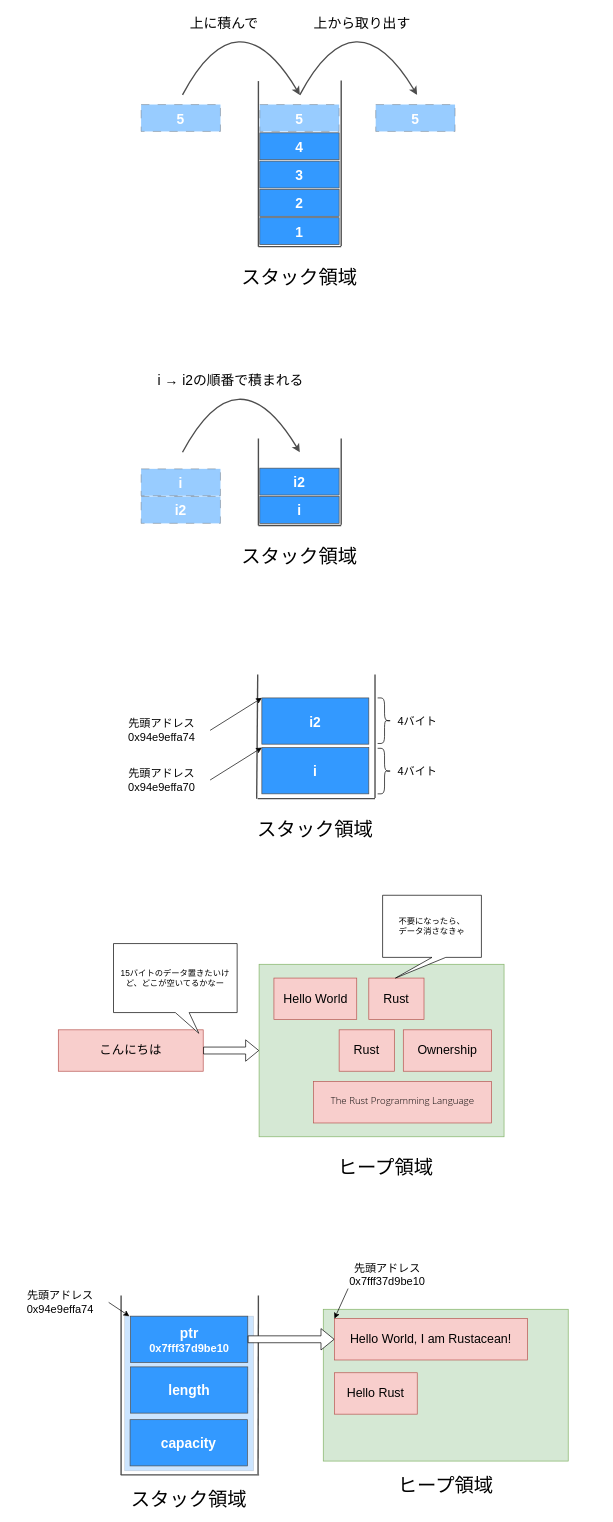
This is content/draft/Others/OwnerShip/images/image.drawio from kento-yoshidu/GatsbyBlog, a draw.io file, before an edit. Source tidied: cells renumbered, new cells numbered last; positions are measured from the earlier drawing's top-left corner, leaving out a move shared by most shapes. Both pictures are drawn from the tidied source at 69%, with x=0, y=0 at pixel (12, -9).
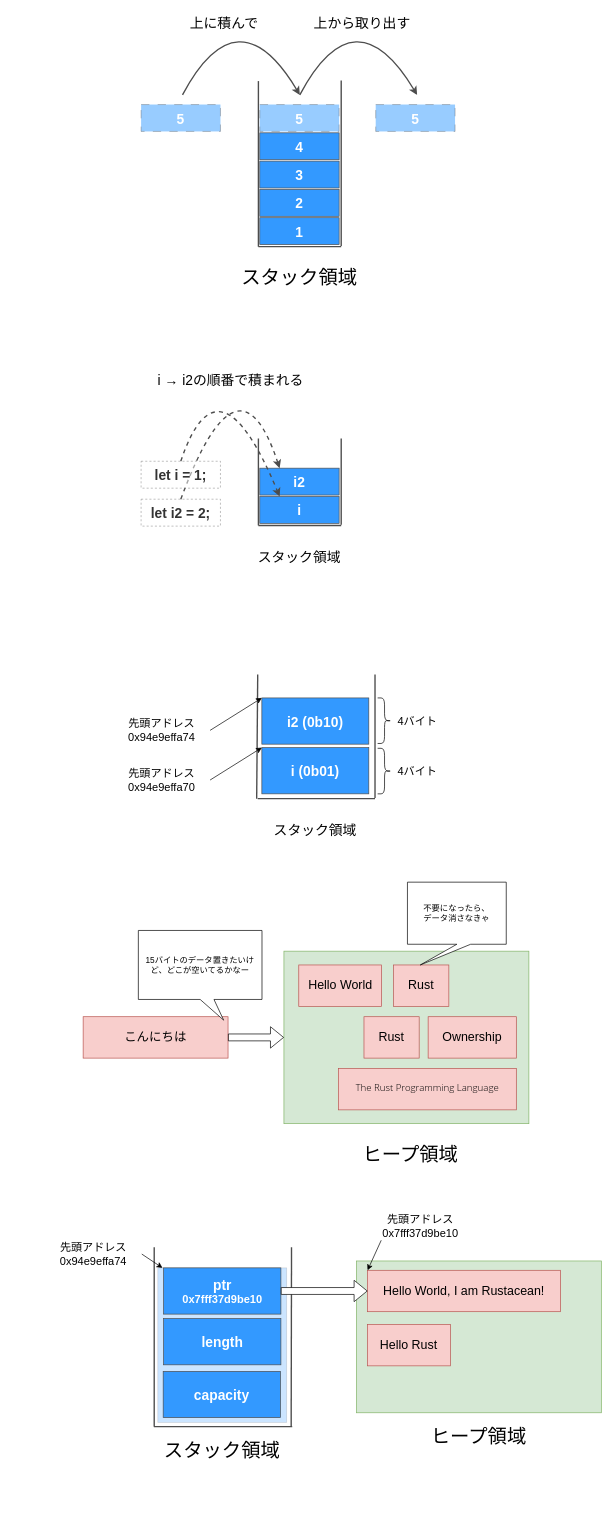
Above is the later version.

The change refers to these unchanged cells:
```xml
<mxCell id="21" value="&lt;font color=&quot;#ffffff&quot;&gt;&lt;span style=&quot;font-size: 20px;&quot;&gt;&lt;b&gt;i&lt;/b&gt;&lt;/span&gt;&lt;/font&gt;" style="rounded=0;whiteSpace=wrap;html=1;strokeColor=#4D4D4D;fillColor=#3399FF;" parent="1" vertex="1">
  <mxGeometry x="359" y="732" width="115" height="39" as="geometry" />
</mxCell>
<mxCell id="22" value="&lt;font size=&quot;1&quot; color=&quot;#ffffff&quot;&gt;&lt;b style=&quot;font-size: 20px;&quot;&gt;i2&lt;/b&gt;&lt;/font&gt;" style="rounded=0;whiteSpace=wrap;html=1;strokeColor=#4D4D4D;fillColor=#3399FF;" parent="1" vertex="1">
  <mxGeometry x="359" y="691" width="115" height="39" as="geometry" />
</mxCell>
```

The edit, as a diff of the source:
```diff
@@
-    <mxCell id="2" value="&lt;font size=&quot;1&quot; color=&quot;#ffffff&quot;&gt;&lt;b style=&quot;font-size: 20px;&quot;&gt;&lt;br&gt;&lt;/b&gt;&lt;/font&gt;" style="rounded=0;whiteSpace=wrap;html=1;strokeColor=#4D4D4D;fillColor=#007FFF;opacity=20;" parent="1" vertex="1">
-      <mxGeometry x="163.2" y="1920" width="186.8" height="224" as="geometry" />
-    </mxCell>
@@
-    <mxCell id="23" value="スタック領域" style="text;html=1;strokeColor=none;fillColor=none;align=center;verticalAlign=middle;whiteSpace=wrap;rounded=0;fontSize=28;" parent="1" vertex="1">
+    <mxCell id="23" value="スタック領域" style="text;html=1;strokeColor=none;fillColor=none;align=center;verticalAlign=middle;whiteSpace=wrap;rounded=0;fontSize=20;" parent="1" vertex="1">
       <mxGeometry x="326.2" y="804" width="180.5" height="30" as="geometry" />
     </mxCell>
-    <mxCell id="24" style="curved=1;endArrow=classic;html=1;rounded=0;strokeColor=#4D4D4D;strokeWidth=2;fontSize=20;fontColor=#FFFFFF;" parent="1" edge="1">
+    <mxCell id="24" style="curved=1;endArrow=classic;html=1;rounded=0;strokeColor=#4D4D4D;strokeWidth=2;fontSize=20;fontColor=#FFFFFF;entryX=0.25;entryY=0;entryDx=0;entryDy=0;exitX=0.5;exitY=0;exitDx=0;exitDy=0;dashed=1;" parent="1" edge="1" source="25" target="21">
       <mxGeometry relative="1" as="geometry">
-        <mxPoint x="247" y="668" as="sourcePoint" />
-        <mxPoint x="417" y="668" as="targetPoint" />
         <Array as="points">
-          <mxPoint x="327" y="518" />
+          <mxPoint x="299" y="518" />
         </Array>
       </mxGeometry>
     </mxCell>
-    <mxCell id="25" value="&lt;font size=&quot;1&quot; color=&quot;#ffffff&quot;&gt;&lt;b style=&quot;font-size: 20px;&quot;&gt;i&lt;/b&gt;&lt;/font&gt;" style="rounded=0;whiteSpace=wrap;html=1;strokeColor=#4D4D4D;fillColor=#3399FF;dashed=1;dashPattern=12 12;opacity=50;" parent="1" vertex="1">
-      <mxGeometry x="187" y="692" width="115" height="39" as="geometry" />
-    </mxCell>
-    <mxCell id="26" value="&lt;font size=&quot;1&quot; color=&quot;#ffffff&quot;&gt;&lt;b style=&quot;font-size: 20px;&quot;&gt;i2&lt;/b&gt;&lt;/font&gt;" style="rounded=0;whiteSpace=wrap;html=1;strokeColor=#4D4D4D;fillColor=#3399FF;dashed=1;dashPattern=12 12;opacity=50;" parent="1" vertex="1">
-      <mxGeometry x="187" y="732" width="115" height="39" as="geometry" />
-    </mxCell>
@@
-    <mxCell id="31" value="&lt;font size=&quot;1&quot; color=&quot;#ffffff&quot;&gt;&lt;b style=&quot;font-size: 20px;&quot;&gt;i&lt;/b&gt;&lt;/font&gt;" style="rounded=0;whiteSpace=wrap;html=1;strokeColor=#4D4D4D;fillColor=#3399FF;" parent="1" vertex="1">
+    <mxCell id="31" value="&lt;font size=&quot;1&quot; color=&quot;#ffffff&quot;&gt;&lt;b style=&quot;font-size: 20px;&quot;&gt;i (0b01)&lt;/b&gt;&lt;/font&gt;" style="rounded=0;whiteSpace=wrap;html=1;strokeColor=#4D4D4D;fillColor=#3399FF;" parent="1" vertex="1">
       <mxGeometry x="362" y="1096" width="155" height="67" as="geometry" />
     </mxCell>
-    <mxCell id="32" value="スタック領域" style="text;html=1;strokeColor=none;fillColor=none;align=center;verticalAlign=middle;whiteSpace=wrap;rounded=0;fontSize=28;" parent="1" vertex="1">
+    <mxCell id="32" value="スタック領域" style="text;html=1;strokeColor=none;fillColor=none;align=center;verticalAlign=middle;whiteSpace=wrap;rounded=0;fontSize=20;" parent="1" vertex="1">
       <mxGeometry x="349.2" y="1200" width="180.5" height="30" as="geometry" />
     </mxCell>
-    <mxCell id="33" value="&lt;font size=&quot;1&quot; color=&quot;#ffffff&quot;&gt;&lt;b style=&quot;font-size: 20px;&quot;&gt;i2&lt;/b&gt;&lt;/font&gt;" style="rounded=0;whiteSpace=wrap;html=1;strokeColor=#4D4D4D;fillColor=#3399FF;" parent="1" vertex="1">
+    <mxCell id="33" value="&lt;font size=&quot;1&quot; color=&quot;#ffffff&quot;&gt;&lt;b style=&quot;font-size: 20px;&quot;&gt;i2 (0b10)&lt;/b&gt;&lt;/font&gt;" style="rounded=0;whiteSpace=wrap;html=1;strokeColor=#4D4D4D;fillColor=#3399FF;" parent="1" vertex="1">
       <mxGeometry x="362" y="1024" width="155" height="67" as="geometry" />
     </mxCell>
@@
-    <mxCell id="42" style="rounded=0;whiteSpace=wrap;html=1;fillColor=#d5e8d4;strokeColor=#82b366;" parent="1" vertex="1">
-      <mxGeometry x="358" y="1410" width="355" height="250" as="geometry" />
-    </mxCell>
+    <mxCell id="69" value="&lt;font color=&quot;#333333&quot; size=&quot;1&quot;&gt;&lt;b style=&quot;font-size: 20px;&quot;&gt;let i2 = 2;&lt;/b&gt;&lt;/font&gt;" style="rounded=0;whiteSpace=wrap;html=1;strokeColor=#4D4D4D;fillColor=none;dashed=1;opacity=50;" parent="1" vertex="1">
+      <mxGeometry x="187" y="736" width="115" height="39" as="geometry" />
+    </mxCell>
+    <mxCell id="70" style="curved=1;endArrow=classic;html=1;rounded=0;strokeColor=#4D4D4D;strokeWidth=2;fontSize=20;fontColor=#FFFFFF;entryX=0.25;entryY=0;entryDx=0;entryDy=0;exitX=0.5;exitY=0;exitDx=0;exitDy=0;dashed=1;" parent="1" edge="1" source="69" target="22">
+      <mxGeometry relative="1" as="geometry">
+        <Array as="points">
+          <mxPoint x="328" y="510" />
+        </Array>
+      </mxGeometry>
+    </mxCell>
+    <mxCell id="25" value="&lt;font color=&quot;#333333&quot; size=&quot;1&quot;&gt;&lt;b style=&quot;font-size: 20px;&quot;&gt;let i = 1;&lt;/b&gt;&lt;/font&gt;" style="rounded=0;whiteSpace=wrap;html=1;strokeColor=#4D4D4D;fillColor=#FFFFFF;dashed=1;opacity=50;" parent="1" vertex="1">
+      <mxGeometry x="187" y="681" width="115" height="39" as="geometry" />
+    </mxCell>
+    <mxCell id="71" style="rounded=0;whiteSpace=wrap;html=1;fillColor=#d5e8d4;strokeColor=#82b366;" parent="1" vertex="1">
+      <mxGeometry x="394" y="1391" width="355" height="250" as="geometry" />
+    </mxCell>
     <mxCell id="43" value="&lt;font style=&quot;font-size: 18px;&quot;&gt;Hello World&lt;/font&gt;" style="rounded=0;whiteSpace=wrap;html=1;fillColor=#f8cecc;strokeColor=#b85450;" parent="1" vertex="1">
-      <mxGeometry x="379.5" y="1430" width="120" height="60" as="geometry" />
+      <mxGeometry x="415.5" y="1411" width="120" height="60" as="geometry" />
     </mxCell>
-    <mxCell id="44" value="&lt;font style=&quot;font-size: 18px;&quot;&gt;Rust&lt;/font&gt;" style="rounded=0;whiteSpace=wrap;html=1;fillColor=#f8cecc;strokeColor=#b85450;" parent="1" vertex="1">
-      <mxGeometry x="517" y="1430" width="80" height="60" as="geometry" />
-    </mxCell>
+    <mxCell id="72" value="&lt;font style=&quot;font-size: 18px;&quot;&gt;Rust&lt;/font&gt;" style="rounded=0;whiteSpace=wrap;html=1;fillColor=#f8cecc;strokeColor=#b85450;" parent="1" vertex="1">
+      <mxGeometry x="553" y="1411" width="80" height="60" as="geometry" />
+    </mxCell>
     <mxCell id="45" value="&lt;h1 style=&quot;display: inline-block; font-weight: 200; line-height: var(--menu-bar-height); margin: 0px; flex: 1 1 0%; overflow: hidden; text-overflow: ellipsis; cursor: pointer; font-family: &amp;quot;Open Sans&amp;quot;, sans-serif; font-size: 14px;&quot; class=&quot;menu-title&quot;&gt;&lt;font style=&quot;font-size: 14px;&quot;&gt;The Rust Programming Language&lt;/font&gt;&lt;/h1&gt;" style="rounded=0;whiteSpace=wrap;html=1;fillColor=#f8cecc;strokeColor=#b85450;fontSize=14;fontColor=#000000;" parent="1" vertex="1">
-      <mxGeometry x="437" y="1580" width="257.8" height="60" as="geometry" />
+      <mxGeometry x="473" y="1561" width="257.8" height="60" as="geometry" />
     </mxCell>
     <mxCell id="46" value="&lt;span style=&quot;font-size: 18px;&quot;&gt;Ownership&lt;/span&gt;" style="rounded=0;whiteSpace=wrap;html=1;fillColor=#f8cecc;strokeColor=#b85450;" parent="1" vertex="1">
-      <mxGeometry x="567" y="1505" width="127.8" height="60" as="geometry" />
+      <mxGeometry x="603" y="1486" width="127.8" height="60" as="geometry" />
     </mxCell>
-    <mxCell id="47" value="&lt;font style=&quot;font-size: 18px;&quot;&gt;Rust&lt;/font&gt;" style="rounded=0;whiteSpace=wrap;html=1;fillColor=#f8cecc;strokeColor=#b85450;" parent="1" vertex="1">
-      <mxGeometry x="474" y="1505" width="80" height="60" as="geometry" />
-    </mxCell>
+    <mxCell id="73" value="&lt;font style=&quot;font-size: 18px;&quot;&gt;Rust&lt;/font&gt;" style="rounded=0;whiteSpace=wrap;html=1;fillColor=#f8cecc;strokeColor=#b85450;" parent="1" vertex="1">
+      <mxGeometry x="510" y="1486" width="80" height="60" as="geometry" />
+    </mxCell>
     <mxCell id="48" value="&lt;font style=&quot;font-size: 18px;&quot;&gt;こんにちは&lt;/font&gt;" style="rounded=0;whiteSpace=wrap;html=1;fillColor=#f8cecc;strokeColor=#b85450;" parent="1" vertex="1">
-      <mxGeometry x="67" y="1505" width="210" height="60" as="geometry" />
+      <mxGeometry x="103" y="1486" width="210" height="60" as="geometry" />
     </mxCell>
-    <mxCell id="49" style="shape=flexArrow;endArrow=classic;html=1;rounded=0;exitX=1;exitY=0.5;exitDx=0;exitDy=0;" parent="1" edge="1" source="48" target="42">
-      <mxGeometry relative="1" as="geometry" />
-    </mxCell>
+    <mxCell id="74" style="shape=flexArrow;endArrow=classic;html=1;rounded=0;exitX=1;exitY=0.5;exitDx=0;exitDy=0;" parent="1" edge="1" source="48" target="71">
+      <mxGeometry relative="1" as="geometry" />
+    </mxCell>
     <mxCell id="50" value="15バイトのデータ置きたいけど、どこが空いてるかなー" style="shape=callout;whiteSpace=wrap;html=1;perimeter=calloutPerimeter;position2=0.69;" parent="1" vertex="1">
-      <mxGeometry x="147" y="1380" width="179.2" height="130" as="geometry" />
+      <mxGeometry x="183" y="1361" width="179.2" height="130" as="geometry" />
     </mxCell>
     <mxCell id="51" value="不要になったら、&lt;br&gt;データ消さなきゃ" style="shape=callout;whiteSpace=wrap;html=1;perimeter=calloutPerimeter;position2=0.13;" parent="1" vertex="1">
-      <mxGeometry x="537" y="1310" width="143.2" height="120" as="geometry" />
+      <mxGeometry x="573" y="1291" width="143.2" height="120" as="geometry" />
     </mxCell>
-    <mxCell id="52" value="ヒープ領域" style="text;html=1;strokeColor=none;fillColor=none;align=center;verticalAlign=middle;whiteSpace=wrap;rounded=0;fontSize=28;" parent="1" vertex="1">
-      <mxGeometry x="451" y="1690" width="180.5" height="30" as="geometry" />
-    </mxCell>
-    <mxCell id="53" style="endArrow=none;html=1;rounded=0;strokeColor=#4D4D4D;strokeWidth=2;" parent="1" edge="1">
-      <mxGeometry relative="1" as="geometry">
-        <mxPoint x="158" y="1890" as="sourcePoint" />
-        <mxPoint x="158" y="2150" as="targetPoint" />
-      </mxGeometry>
-    </mxCell>
-    <mxCell id="54" style="endArrow=none;html=1;rounded=0;strokeColor=#4D4D4D;strokeWidth=2;" parent="1" edge="1">
-      <mxGeometry relative="1" as="geometry">
-        <mxPoint x="358" y="2150" as="sourcePoint" />
-        <mxPoint x="157.5" y="2150" as="targetPoint" />
-      </mxGeometry>
-    </mxCell>
-    <mxCell id="55" style="endArrow=none;html=1;rounded=0;strokeColor=#4D4D4D;strokeWidth=2;" parent="1" edge="1">
-      <mxGeometry relative="1" as="geometry">
-        <mxPoint x="356.5" y="2149" as="sourcePoint" />
-        <mxPoint x="357" y="1890" as="targetPoint" />
-      </mxGeometry>
-    </mxCell>
+    <mxCell id="75" value="ヒープ領域" style="text;html=1;strokeColor=none;fillColor=none;align=center;verticalAlign=middle;whiteSpace=wrap;rounded=0;fontSize=28;" parent="1" vertex="1">
+      <mxGeometry x="487" y="1671" width="180.5" height="30" as="geometry" />
+    </mxCell>
+    <mxCell id="76" value="&lt;font size=&quot;1&quot; color=&quot;#ffffff&quot;&gt;&lt;b style=&quot;font-size: 20px;&quot;&gt;&lt;br&gt;&lt;/b&gt;&lt;/font&gt;" style="rounded=0;whiteSpace=wrap;html=1;strokeColor=#4D4D4D;fillColor=#007FFF;opacity=20;" parent="1" vertex="1">
+      <mxGeometry x="211.2" y="1850" width="186.8" height="224" as="geometry" />
+    </mxCell>
+    <mxCell id="77" style="endArrow=none;html=1;rounded=0;strokeColor=#4D4D4D;strokeWidth=2;" parent="1" edge="1">
+      <mxGeometry relative="1" as="geometry">
+        <mxPoint x="206" y="1820" as="sourcePoint" />
+        <mxPoint x="206" y="2080" as="targetPoint" />
+      </mxGeometry>
+    </mxCell>
+    <mxCell id="78" style="endArrow=none;html=1;rounded=0;strokeColor=#4D4D4D;strokeWidth=2;" parent="1" edge="1">
+      <mxGeometry relative="1" as="geometry">
+        <mxPoint x="406" y="2080" as="sourcePoint" />
+        <mxPoint x="205.5" y="2080" as="targetPoint" />
+      </mxGeometry>
+    </mxCell>
+    <mxCell id="79" style="endArrow=none;html=1;rounded=0;strokeColor=#4D4D4D;strokeWidth=2;" parent="1" edge="1">
+      <mxGeometry relative="1" as="geometry">
+        <mxPoint x="404.5" y="2079" as="sourcePoint" />
+        <mxPoint x="405" y="1820" as="targetPoint" />
+      </mxGeometry>
+    </mxCell>
     <mxCell id="56" value="&lt;font size=&quot;1&quot; color=&quot;#ffffff&quot;&gt;&lt;b style=&quot;font-size: 20px;&quot;&gt;capacity&lt;/b&gt;&lt;/font&gt;" style="rounded=0;whiteSpace=wrap;html=1;strokeColor=#4D4D4D;fillColor=#3399FF;" parent="1" vertex="1">
-      <mxGeometry x="171" y="2070" width="170" height="67" as="geometry" />
+      <mxGeometry x="219" y="2000" width="170" height="67" as="geometry" />
     </mxCell>
     <mxCell id="57" value="先頭アドレス&lt;br style=&quot;font-size: 16px;&quot;&gt;0x94e9effa74" style="text;html=1;strokeColor=none;fillColor=none;align=center;verticalAlign=middle;whiteSpace=wrap;rounded=0;fontSize=16;" parent="1" vertex="1">
-      <mxGeometry y="1880" width="140" height="40" as="geometry" />
+      <mxGeometry x="48" y="1810" width="140" height="40" as="geometry" />
     </mxCell>
-    <mxCell id="58" style="endArrow=classic;html=1;rounded=0;exitX=1;exitY=0.5;exitDx=0;exitDy=0;" parent="1" edge="1" source="57">
-      <mxGeometry relative="1" as="geometry">
-        <mxPoint x="170" y="1920" as="targetPoint" />
-      </mxGeometry>
-    </mxCell>
+    <mxCell id="80" style="endArrow=classic;html=1;rounded=0;exitX=1;exitY=0.5;exitDx=0;exitDy=0;" parent="1" edge="1" source="57">
+      <mxGeometry relative="1" as="geometry">
+        <mxPoint x="218" y="1850" as="targetPoint" />
+      </mxGeometry>
+    </mxCell>
     <mxCell id="59" value="&lt;font size=&quot;1&quot; color=&quot;#ffffff&quot;&gt;&lt;b style=&quot;font-size: 20px;&quot;&gt;length&lt;/b&gt;&lt;/font&gt;" style="rounded=0;whiteSpace=wrap;html=1;strokeColor=#4D4D4D;fillColor=#3399FF;" parent="1" vertex="1">
-      <mxGeometry x="171.6" y="1993.5" width="170" height="67" as="geometry" />
+      <mxGeometry x="219.6" y="1923.5" width="170" height="67" as="geometry" />
     </mxCell>
     <mxCell id="60" value="&lt;font size=&quot;1&quot; color=&quot;#ffffff&quot;&gt;&lt;b style=&quot;font-size: 16px;&quot;&gt;&lt;span style=&quot;font-size: 20px;&quot;&gt;ptr&lt;/span&gt;&lt;br&gt;0x7fff37d9be10&lt;br&gt;&lt;/b&gt;&lt;/font&gt;" style="rounded=0;whiteSpace=wrap;html=1;strokeColor=#4D4D4D;fillColor=#3399FF;" parent="1" vertex="1">
-      <mxGeometry x="171.6" y="1920" width="170" height="67" as="geometry" />
+      <mxGeometry x="219.6" y="1850" width="170" height="67" as="geometry" />
     </mxCell>
-    <mxCell id="61" style="rounded=0;whiteSpace=wrap;html=1;fillColor=#d5e8d4;strokeColor=#82b366;" parent="1" vertex="1">
-      <mxGeometry x="451" y="1910" width="355" height="220" as="geometry" />
-    </mxCell>
+    <mxCell id="81" style="rounded=0;whiteSpace=wrap;html=1;fillColor=#d5e8d4;strokeColor=#82b366;" parent="1" vertex="1">
+      <mxGeometry x="499" y="1840" width="355" height="220" as="geometry" />
+    </mxCell>
     <mxCell id="62" value="&lt;font style=&quot;font-size: 18px;&quot;&gt;Hello World, I am Rustacean!&lt;/font&gt;" style="rounded=0;whiteSpace=wrap;html=1;fillColor=#f8cecc;strokeColor=#b85450;" parent="1" vertex="1">
-      <mxGeometry x="467.2" y="1923.5" width="279.8" height="60" as="geometry" />
+      <mxGeometry x="515.2" y="1853.5" width="279.8" height="60" as="geometry" />
     </mxCell>
     <mxCell id="63" value="&lt;font style=&quot;font-size: 18px;&quot;&gt;Hello Rust&lt;/font&gt;" style="rounded=0;whiteSpace=wrap;html=1;fillColor=#f8cecc;strokeColor=#b85450;" parent="1" vertex="1">
-      <mxGeometry x="467.2" y="2002" width="120" height="60" as="geometry" />
+      <mxGeometry x="515.2" y="1932" width="120" height="60" as="geometry" />
     </mxCell>
     <mxCell id="64" value="先頭アドレス&lt;br&gt;0x7fff37d9be10" style="text;html=1;strokeColor=none;fillColor=none;align=center;verticalAlign=middle;whiteSpace=wrap;rounded=0;fontSize=16;" parent="1" vertex="1">
-      <mxGeometry x="474" y="1840" width="140" height="40" as="geometry" />
+      <mxGeometry x="522" y="1770" width="140" height="40" as="geometry" />
     </mxCell>
-    <mxCell id="65" style="endArrow=classic;html=1;rounded=0;entryX=0;entryY=0;entryDx=0;entryDy=0;" parent="1" edge="1" target="62">
-      <mxGeometry relative="1" as="geometry">
-        <mxPoint x="487" y="1880" as="sourcePoint" />
-      </mxGeometry>
-    </mxCell>
+    <mxCell id="82" style="endArrow=classic;html=1;rounded=0;entryX=0;entryY=0;entryDx=0;entryDy=0;" parent="1" edge="1" target="62">
+      <mxGeometry relative="1" as="geometry">
+        <mxPoint x="535" y="1810" as="sourcePoint" />
+      </mxGeometry>
+    </mxCell>
@@
-    <mxCell id="67" value="ヒープ領域" style="text;html=1;strokeColor=none;fillColor=none;align=center;verticalAlign=middle;whiteSpace=wrap;rounded=0;fontSize=28;" parent="1" vertex="1">
-      <mxGeometry x="538.2" y="2150" width="180.5" height="30" as="geometry" />
-    </mxCell>
+    <mxCell id="83" value="ヒープ領域" style="text;html=1;strokeColor=none;fillColor=none;align=center;verticalAlign=middle;whiteSpace=wrap;rounded=0;fontSize=28;" parent="1" vertex="1">
+      <mxGeometry x="586.2" y="2080" width="180.5" height="30" as="geometry" />
+    </mxCell>
     <mxCell id="68" value="スタック領域" style="text;html=1;strokeColor=none;fillColor=none;align=center;verticalAlign=middle;whiteSpace=wrap;rounded=0;fontSize=28;" parent="1" vertex="1">
-      <mxGeometry x="165.8" y="2170" width="180.5" height="30" as="geometry" />
+      <mxGeometry x="213.8" y="2100" width="180.5" height="30" as="geometry" />
     </mxCell>
```
